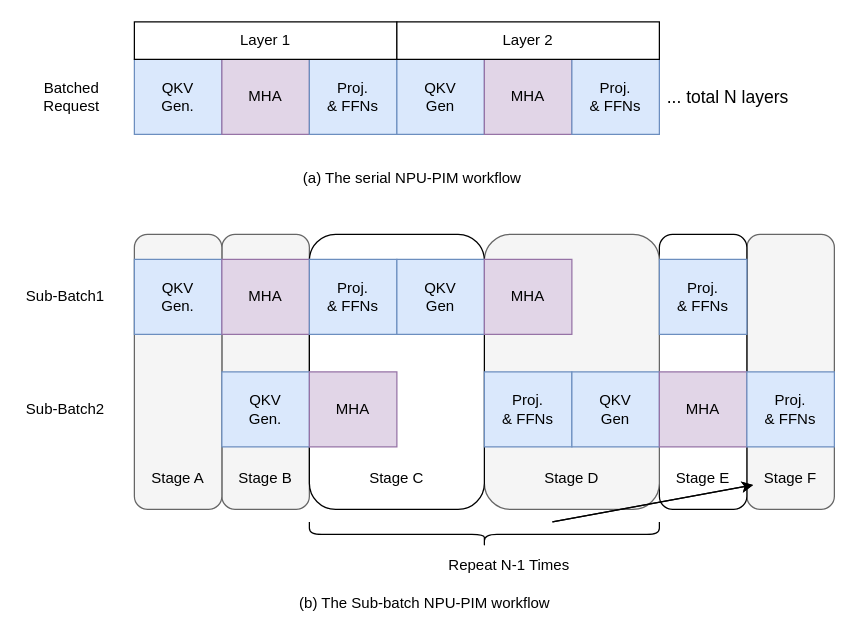
Above: newpims/subbatch-serial.drawio in shenjiangqiu/drawio (draw.io), before the change. Source tidied: cells renumbered, new cells numbered last; positions are measured from the earlier drawing's top-left corner, leaving out a move shared by most shapes. Both pictures are drawn from the tidied source at 125%, with x=0, y=0 at pixel (21, 21).
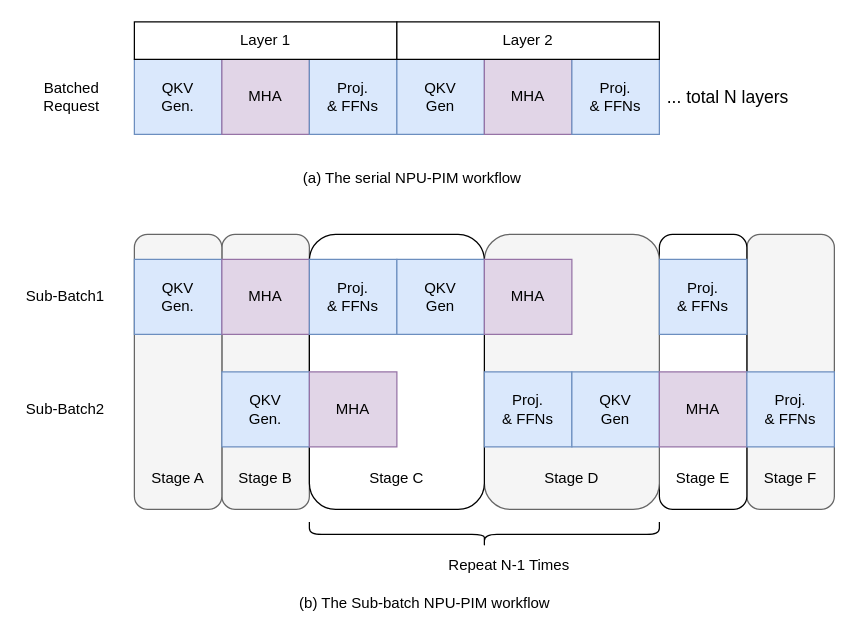
After the change.

The change refers to these unchanged cells:
```xml
<mxCell id="36" value="Stage F" style="text;html=1;strokeColor=none;fillColor=none;align=center;verticalAlign=middle;whiteSpace=wrap;rounded=0;" parent="1" vertex="1">
  <mxGeometry x="585" y="350" width="60" height="30" as="geometry" />
</mxCell>
<mxCell id="40" style="shape=curlyBracket;whiteSpace=wrap;html=1;rounded=1;flipH=1;labelPosition=right;verticalLabelPosition=middle;align=left;verticalAlign=middle;direction=north;" parent="1" vertex="1">
  <mxGeometry x="230" y="400" width="280" height="20" as="geometry" />
</mxCell>
```

Change to the diagram source:
```diff
@@
-    <mxCell id="38" style="edgeStyle=none;html=1;" parent="1" edge="1" source="40" target="36">
-      <mxGeometry relative="1" as="geometry" />
-    </mxCell>
-    <mxCell id="39" style="edgeStyle=none;html=1;" parent="1" edge="1" source="40" target="36">
-      <mxGeometry relative="1" as="geometry" />
-    </mxCell>
```
